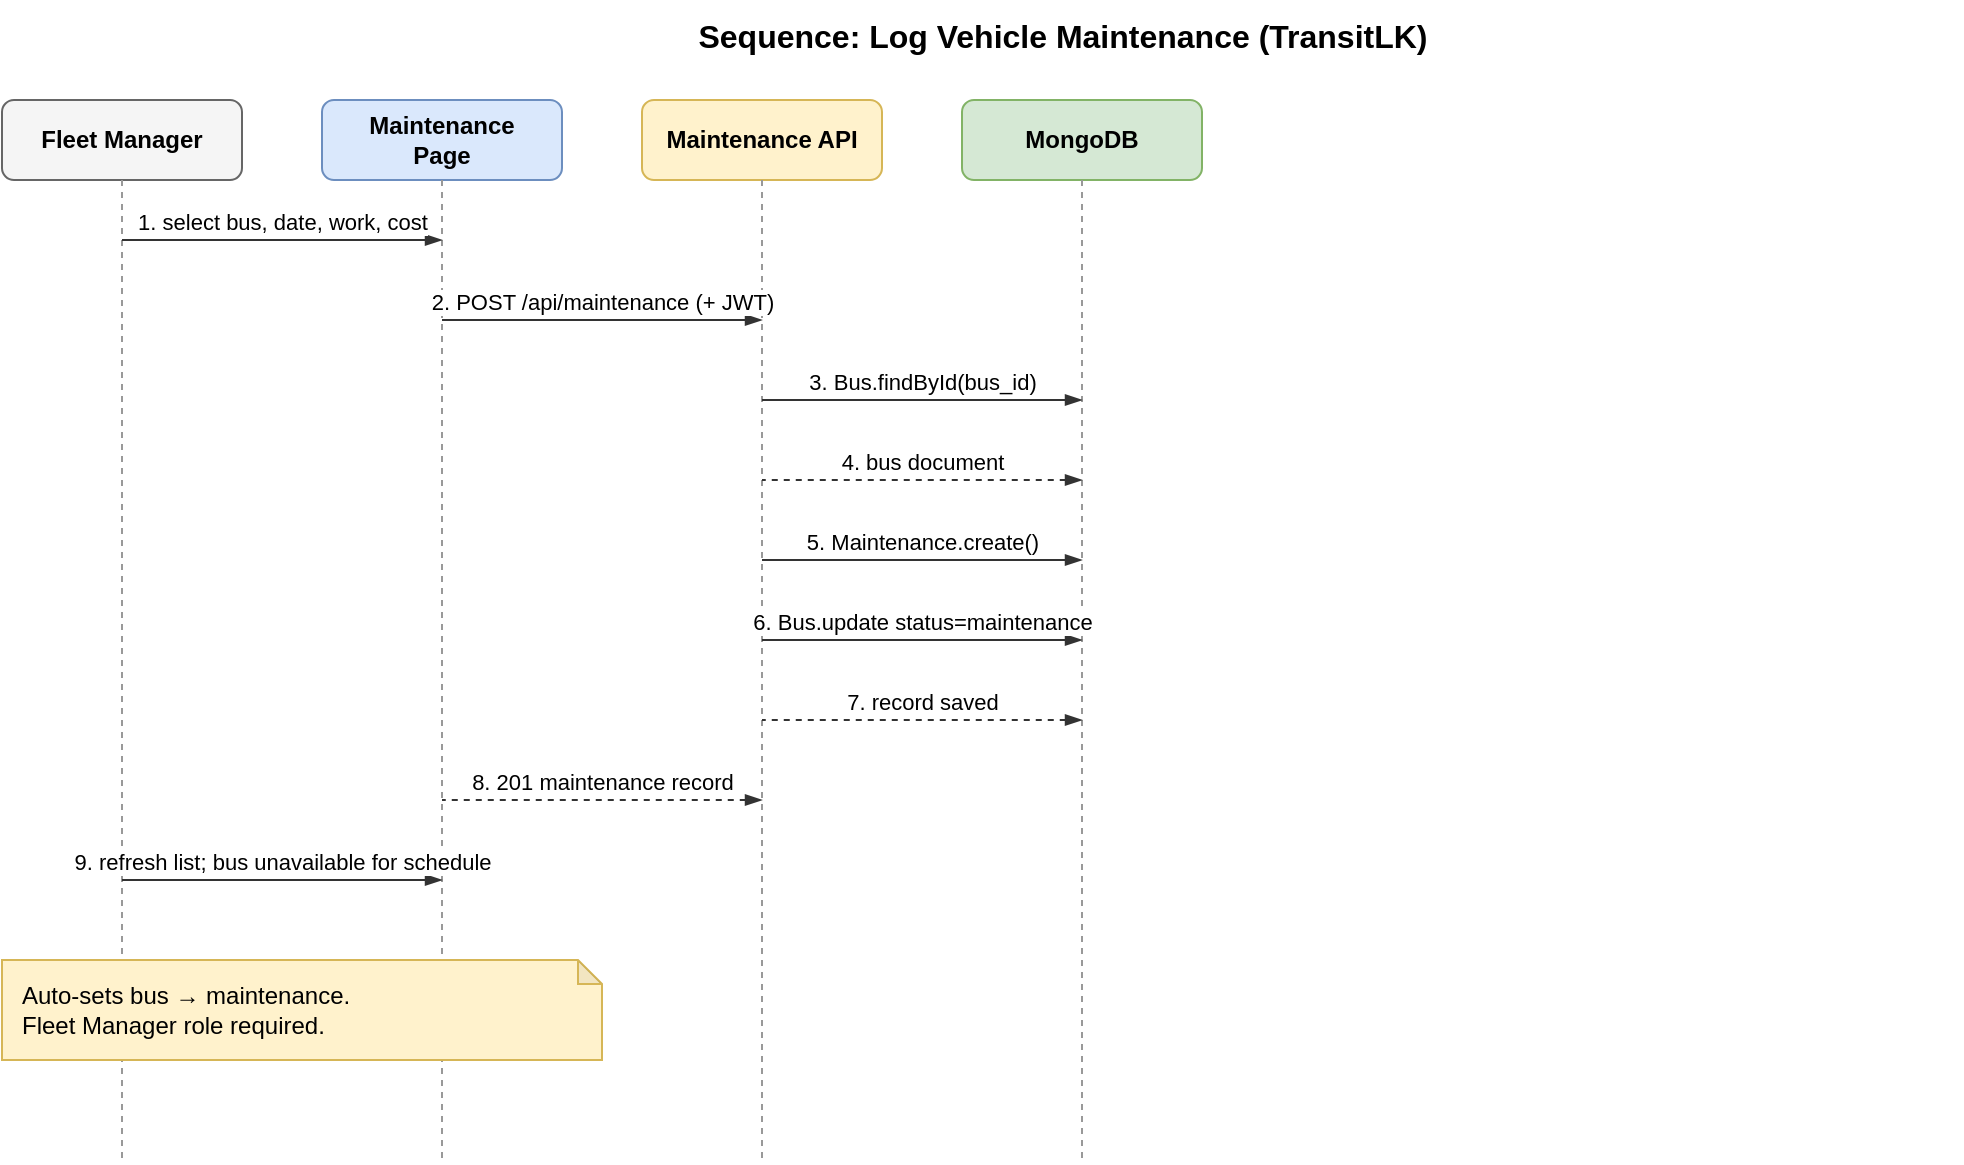
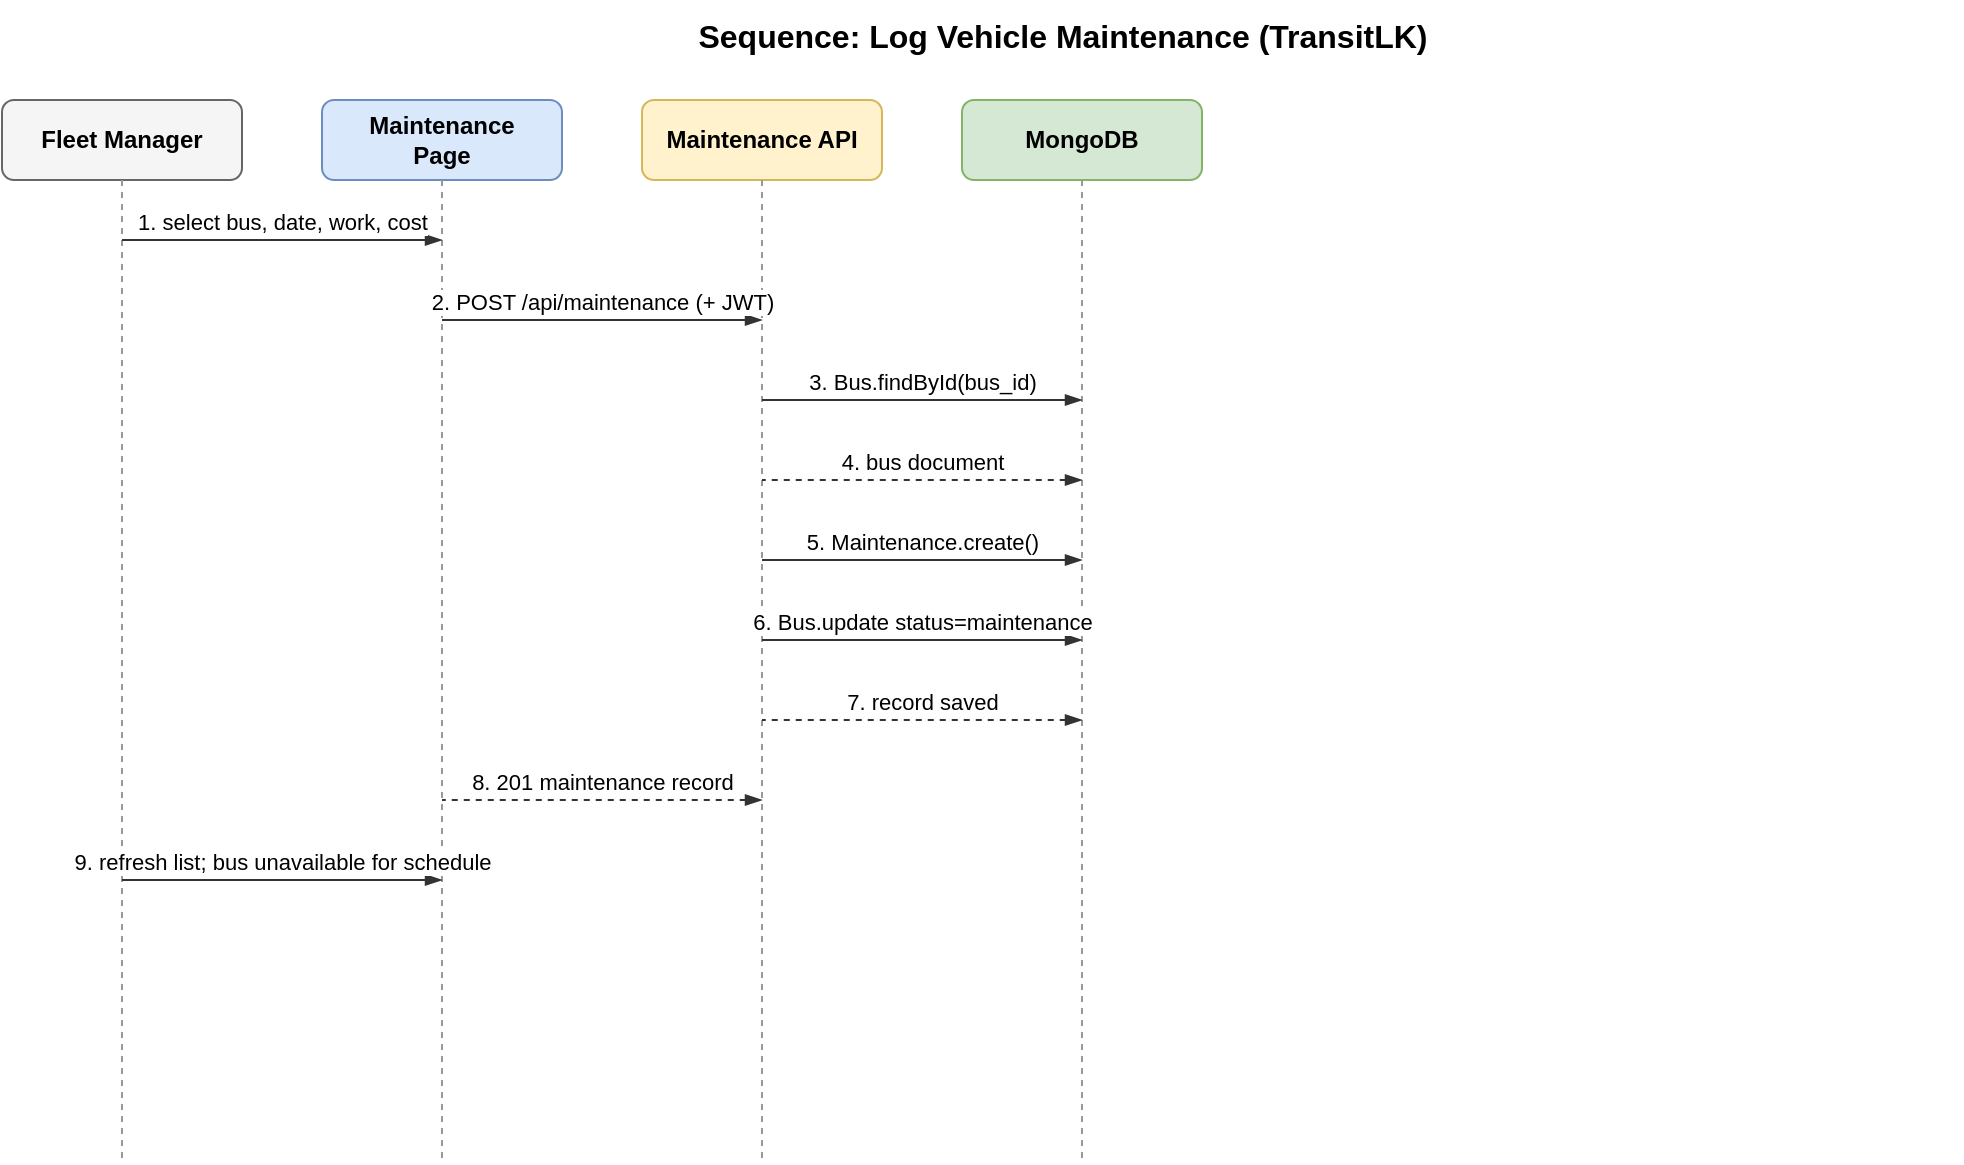
- <?xml version="1.0" encoding="UTF-8"?>
- <mxfile host="app.diagrams.net" agent="TransitLK" version="22.1.0" type="device">
+ <mxfile host="Electron" agent="TransitLK">
  <diagram id="08-log-maintenance" name="08-log-maintenance">
-     <mxGraphModel dx="1200" dy="800" grid="1" gridSize="10" guides="1" tooltips="1" connect="1" arrows="1" fold="1" page="1" pageScale="1" pageWidth="1100" pageHeight="580" math="0" shadow="0">
+     <mxGraphModel dx="993" dy="744" grid="0" gridSize="10" guides="1" tooltips="1" connect="1" arrows="1" fold="1" page="1" pageScale="1" pageWidth="1100" pageHeight="580" math="0" shadow="0">
      <root>
-         <mxCell id="0"/>
-         <mxCell id="1" parent="0"/>
-         <mxCell id="2" value="Sequence: Log Vehicle Maintenance (TransitLK)" style="text;html=1;strokeColor=none;fillColor=none;align=center;verticalAlign=middle;fontStyle=1;fontSize=16;" vertex="1" parent="1">
-           <mxGeometry x="120" y="20" width="900" height="36" as="geometry"/>
+         <mxCell id="0" />
+         <mxCell id="1" parent="0" />
+         <mxCell id="2" parent="1" style="text;html=1;strokeColor=none;fillColor=none;align=center;verticalAlign=middle;fontStyle=1;fontSize=16;" value="Sequence: Log Vehicle Maintenance (TransitLK)" vertex="1">
+           <mxGeometry height="36" width="900" x="120" y="20" as="geometry" />
        </mxCell>
-         <mxCell id="3" value="Fleet Manager" style="rounded=1;whiteSpace=wrap;html=1;fillColor=#f5f5f5;strokeColor=#666666;fontStyle=1;align=center;" vertex="1" parent="1">
-           <mxGeometry x="40" y="70" width="120" height="40" as="geometry"/>
+         <mxCell id="3" parent="1" style="rounded=1;whiteSpace=wrap;html=1;fillColor=#f5f5f5;strokeColor=#666666;fontStyle=1;align=center;" value="Fleet Manager" vertex="1">
+           <mxGeometry height="40" width="120" x="40" y="70" as="geometry" />
        </mxCell>
-         <mxCell id="4" value="" style="endArrow=none;dashed=1;html=1;strokeColor=#999999;" edge="1" parent="1">
+         <mxCell id="4" edge="1" parent="1" style="endArrow=none;dashed=1;html=1;strokeColor=#999999;" value="">
          <mxGeometry relative="1" as="geometry">
-             <mxPoint x="100" y="110" as="sourcePoint"/>
-             <mxPoint x="100" y="600" as="targetPoint"/>
+             <mxPoint x="100" y="110" as="sourcePoint" />
+             <mxPoint x="100" y="600" as="targetPoint" />
          </mxGeometry>
        </mxCell>
-         <mxCell id="5" value="Maintenance&lt;br&gt;Page" style="rounded=1;whiteSpace=wrap;html=1;fillColor=#dae8fc;strokeColor=#6c8ebf;fontStyle=1;align=center;" vertex="1" parent="1">
-           <mxGeometry x="200" y="70" width="120" height="40" as="geometry"/>
+         <mxCell id="5" parent="1" style="rounded=1;whiteSpace=wrap;html=1;fillColor=#dae8fc;strokeColor=#6c8ebf;fontStyle=1;align=center;" value="Maintenance&lt;br&gt;Page" vertex="1">
+           <mxGeometry height="40" width="120" x="200" y="70" as="geometry" />
        </mxCell>
-         <mxCell id="6" value="" style="endArrow=none;dashed=1;html=1;strokeColor=#999999;" edge="1" parent="1">
+         <mxCell id="6" edge="1" parent="1" style="endArrow=none;dashed=1;html=1;strokeColor=#999999;" value="">
          <mxGeometry relative="1" as="geometry">
-             <mxPoint x="260" y="110" as="sourcePoint"/>
-             <mxPoint x="260" y="600" as="targetPoint"/>
+             <mxPoint x="260" y="110" as="sourcePoint" />
+             <mxPoint x="260" y="600" as="targetPoint" />
          </mxGeometry>
        </mxCell>
-         <mxCell id="7" value="Maintenance API" style="rounded=1;whiteSpace=wrap;html=1;fillColor=#fff2cc;strokeColor=#d6b656;fontStyle=1;align=center;" vertex="1" parent="1">
-           <mxGeometry x="360" y="70" width="120" height="40" as="geometry"/>
+         <mxCell id="7" parent="1" style="rounded=1;whiteSpace=wrap;html=1;fillColor=#fff2cc;strokeColor=#d6b656;fontStyle=1;align=center;" value="Maintenance API" vertex="1">
+           <mxGeometry height="40" width="120" x="360" y="70" as="geometry" />
        </mxCell>
-         <mxCell id="8" value="" style="endArrow=none;dashed=1;html=1;strokeColor=#999999;" edge="1" parent="1">
+         <mxCell id="8" edge="1" parent="1" style="endArrow=none;dashed=1;html=1;strokeColor=#999999;" value="">
          <mxGeometry relative="1" as="geometry">
-             <mxPoint x="420" y="110" as="sourcePoint"/>
-             <mxPoint x="420" y="600" as="targetPoint"/>
+             <mxPoint x="420" y="110" as="sourcePoint" />
+             <mxPoint x="420" y="600" as="targetPoint" />
          </mxGeometry>
        </mxCell>
-         <mxCell id="9" value="MongoDB" style="rounded=1;whiteSpace=wrap;html=1;fillColor=#d5e8d4;strokeColor=#82b366;fontStyle=1;align=center;" vertex="1" parent="1">
-           <mxGeometry x="520" y="70" width="120" height="40" as="geometry"/>
+         <mxCell id="9" parent="1" style="rounded=1;whiteSpace=wrap;html=1;fillColor=#d5e8d4;strokeColor=#82b366;fontStyle=1;align=center;" value="MongoDB" vertex="1">
+           <mxGeometry height="40" width="120" x="520" y="70" as="geometry" />
        </mxCell>
-         <mxCell id="10" value="" style="endArrow=none;dashed=1;html=1;strokeColor=#999999;" edge="1" parent="1">
+         <mxCell id="10" edge="1" parent="1" style="endArrow=none;dashed=1;html=1;strokeColor=#999999;" value="">
          <mxGeometry relative="1" as="geometry">
-             <mxPoint x="580" y="110" as="sourcePoint"/>
-             <mxPoint x="580" y="600" as="targetPoint"/>
+             <mxPoint x="580" y="110" as="sourcePoint" />
+             <mxPoint x="580" y="600" as="targetPoint" />
          </mxGeometry>
        </mxCell>
-         <mxCell id="11" value="1. select bus, date, work, cost" style="endArrow=blockThin;endFill=1;startArrow=none;html=1;strokeColor=#333333;fontSize=11;verticalAlign=bottom;labelBackgroundColor=#ffffff;" edge="1" parent="1">
+         <mxCell id="11" edge="1" parent="1" style="endArrow=blockThin;endFill=1;startArrow=none;html=1;strokeColor=#333333;fontSize=11;verticalAlign=bottom;labelBackgroundColor=#ffffff;" value="1. select bus, date, work, cost">
          <mxGeometry relative="1" as="geometry">
-             <mxPoint x="100" y="140" as="sourcePoint"/>
-             <mxPoint x="260" y="140" as="targetPoint"/>
+             <mxPoint x="100" y="140" as="sourcePoint" />
+             <mxPoint x="260" y="140" as="targetPoint" />
          </mxGeometry>
        </mxCell>
-         <mxCell id="12" value="2. POST /api/maintenance (+ JWT)" style="endArrow=blockThin;endFill=1;startArrow=none;html=1;strokeColor=#333333;fontSize=11;verticalAlign=bottom;labelBackgroundColor=#ffffff;" edge="1" parent="1">
+         <mxCell id="12" edge="1" parent="1" style="endArrow=blockThin;endFill=1;startArrow=none;html=1;strokeColor=#333333;fontSize=11;verticalAlign=bottom;labelBackgroundColor=#ffffff;" value="2. POST /api/maintenance (+ JWT)">
          <mxGeometry relative="1" as="geometry">
-             <mxPoint x="260" y="180" as="sourcePoint"/>
-             <mxPoint x="420" y="180" as="targetPoint"/>
+             <mxPoint x="260" y="180" as="sourcePoint" />
+             <mxPoint x="420" y="180" as="targetPoint" />
          </mxGeometry>
        </mxCell>
-         <mxCell id="13" value="3. Bus.findById(bus_id)" style="endArrow=blockThin;endFill=1;startArrow=none;html=1;strokeColor=#333333;fontSize=11;verticalAlign=bottom;labelBackgroundColor=#ffffff;" edge="1" parent="1">
+         <mxCell id="13" edge="1" parent="1" style="endArrow=blockThin;endFill=1;startArrow=none;html=1;strokeColor=#333333;fontSize=11;verticalAlign=bottom;labelBackgroundColor=#ffffff;" value="3. Bus.findById(bus_id)">
          <mxGeometry relative="1" as="geometry">
-             <mxPoint x="420" y="220" as="sourcePoint"/>
-             <mxPoint x="580" y="220" as="targetPoint"/>
+             <mxPoint x="420" y="220" as="sourcePoint" />
+             <mxPoint x="580" y="220" as="targetPoint" />
          </mxGeometry>
        </mxCell>
-         <mxCell id="14" value="4. bus document" style="startArrow=blockThin;startFill=1;endArrow=none;dashed=1;html=1;strokeColor=#333333;fontSize=11;verticalAlign=bottom;labelBackgroundColor=#ffffff;" edge="1" parent="1">
+         <mxCell id="14" edge="1" parent="1" style="startArrow=blockThin;startFill=1;endArrow=none;dashed=1;html=1;strokeColor=#333333;fontSize=11;verticalAlign=bottom;labelBackgroundColor=#ffffff;" value="4. bus document">
          <mxGeometry relative="1" as="geometry">
-             <mxPoint x="580" y="260" as="sourcePoint"/>
-             <mxPoint x="420" y="260" as="targetPoint"/>
+             <mxPoint x="580" y="260" as="sourcePoint" />
+             <mxPoint x="420" y="260" as="targetPoint" />
          </mxGeometry>
        </mxCell>
-         <mxCell id="15" value="5. Maintenance.create()" style="endArrow=blockThin;endFill=1;startArrow=none;html=1;strokeColor=#333333;fontSize=11;verticalAlign=bottom;labelBackgroundColor=#ffffff;" edge="1" parent="1">
+         <mxCell id="15" edge="1" parent="1" style="endArrow=blockThin;endFill=1;startArrow=none;html=1;strokeColor=#333333;fontSize=11;verticalAlign=bottom;labelBackgroundColor=#ffffff;" value="5. Maintenance.create()">
          <mxGeometry relative="1" as="geometry">
-             <mxPoint x="420" y="300" as="sourcePoint"/>
-             <mxPoint x="580" y="300" as="targetPoint"/>
+             <mxPoint x="420" y="300" as="sourcePoint" />
+             <mxPoint x="580" y="300" as="targetPoint" />
          </mxGeometry>
        </mxCell>
-         <mxCell id="16" value="6. Bus.update status=maintenance" style="endArrow=blockThin;endFill=1;startArrow=none;html=1;strokeColor=#333333;fontSize=11;verticalAlign=bottom;labelBackgroundColor=#ffffff;" edge="1" parent="1">
+         <mxCell id="16" edge="1" parent="1" style="endArrow=blockThin;endFill=1;startArrow=none;html=1;strokeColor=#333333;fontSize=11;verticalAlign=bottom;labelBackgroundColor=#ffffff;" value="6. Bus.update status=maintenance">
          <mxGeometry relative="1" as="geometry">
-             <mxPoint x="420" y="340" as="sourcePoint"/>
-             <mxPoint x="580" y="340" as="targetPoint"/>
+             <mxPoint x="420" y="340" as="sourcePoint" />
+             <mxPoint x="580" y="340" as="targetPoint" />
          </mxGeometry>
        </mxCell>
-         <mxCell id="17" value="7. record saved" style="startArrow=blockThin;startFill=1;endArrow=none;dashed=1;html=1;strokeColor=#333333;fontSize=11;verticalAlign=bottom;labelBackgroundColor=#ffffff;" edge="1" parent="1">
+         <mxCell id="17" edge="1" parent="1" style="startArrow=blockThin;startFill=1;endArrow=none;dashed=1;html=1;strokeColor=#333333;fontSize=11;verticalAlign=bottom;labelBackgroundColor=#ffffff;" value="7. record saved">
          <mxGeometry relative="1" as="geometry">
-             <mxPoint x="580" y="380" as="sourcePoint"/>
-             <mxPoint x="420" y="380" as="targetPoint"/>
+             <mxPoint x="580" y="380" as="sourcePoint" />
+             <mxPoint x="420" y="380" as="targetPoint" />
          </mxGeometry>
        </mxCell>
-         <mxCell id="18" value="8. 201 maintenance record" style="startArrow=blockThin;startFill=1;endArrow=none;dashed=1;html=1;strokeColor=#333333;fontSize=11;verticalAlign=bottom;labelBackgroundColor=#ffffff;" edge="1" parent="1">
+         <mxCell id="18" edge="1" parent="1" style="startArrow=blockThin;startFill=1;endArrow=none;dashed=1;html=1;strokeColor=#333333;fontSize=11;verticalAlign=bottom;labelBackgroundColor=#ffffff;" value="8. 201 maintenance record">
          <mxGeometry relative="1" as="geometry">
-             <mxPoint x="420" y="420" as="sourcePoint"/>
-             <mxPoint x="260" y="420" as="targetPoint"/>
+             <mxPoint x="420" y="420" as="sourcePoint" />
+             <mxPoint x="260" y="420" as="targetPoint" />
          </mxGeometry>
        </mxCell>
-         <mxCell id="19" value="9. refresh list; bus unavailable for schedule" style="startArrow=blockThin;startFill=1;endArrow=none;html=1;strokeColor=#333333;fontSize=11;verticalAlign=bottom;labelBackgroundColor=#ffffff;" edge="1" parent="1">
+         <mxCell id="19" edge="1" parent="1" style="startArrow=blockThin;startFill=1;endArrow=none;html=1;strokeColor=#333333;fontSize=11;verticalAlign=bottom;labelBackgroundColor=#ffffff;" value="9. refresh list; bus unavailable for schedule">
          <mxGeometry relative="1" as="geometry">
-             <mxPoint x="260" y="460" as="sourcePoint"/>
-             <mxPoint x="100" y="460" as="targetPoint"/>
+             <mxPoint x="260" y="460" as="sourcePoint" />
+             <mxPoint x="100" y="460" as="targetPoint" />
          </mxGeometry>
-         </mxCell>
-         <mxCell id="20" value="Auto-sets bus → maintenance.&lt;br&gt;Fleet Manager role required." style="shape=note;whiteSpace=wrap;html=1;backgroundOutline=1;darkOpacity=0.05;fillColor=#fff2cc;strokeColor=#d6b656;size=12;align=left;spacingLeft=8;" vertex="1" parent="1">
-           <mxGeometry x="40" y="500" width="300" height="50" as="geometry"/>
        </mxCell>
      </root>
    </mxGraphModel>
  </diagram>
- </mxfile>+ </mxfile>
